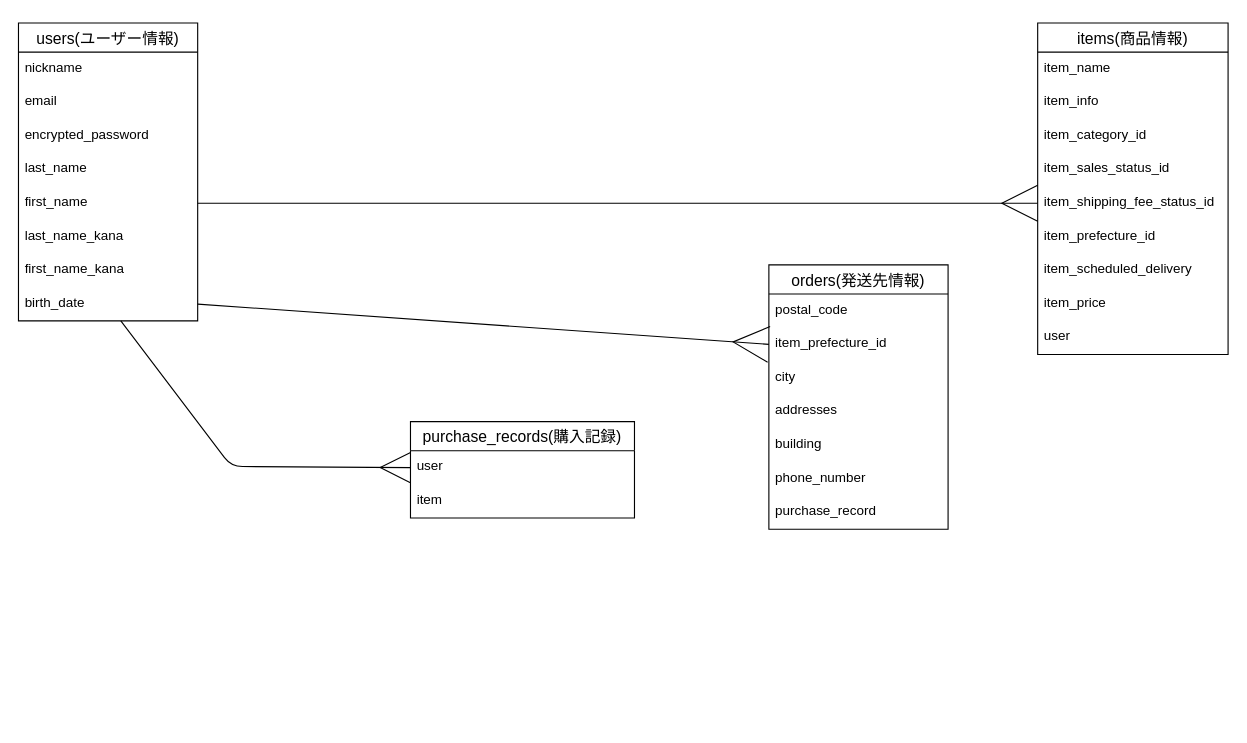
This is er.dio from tomotomotom/furima-41770, a draw.io file, before an edit. Source tidied: cells renumbered, new cells numbered last; positions are measured from the earlier drawing's top-left corner, leaving out a move shared by most shapes. Both pictures are drawn from the tidied source at 112%, with x=0, y=0 at pixel (18, 22).
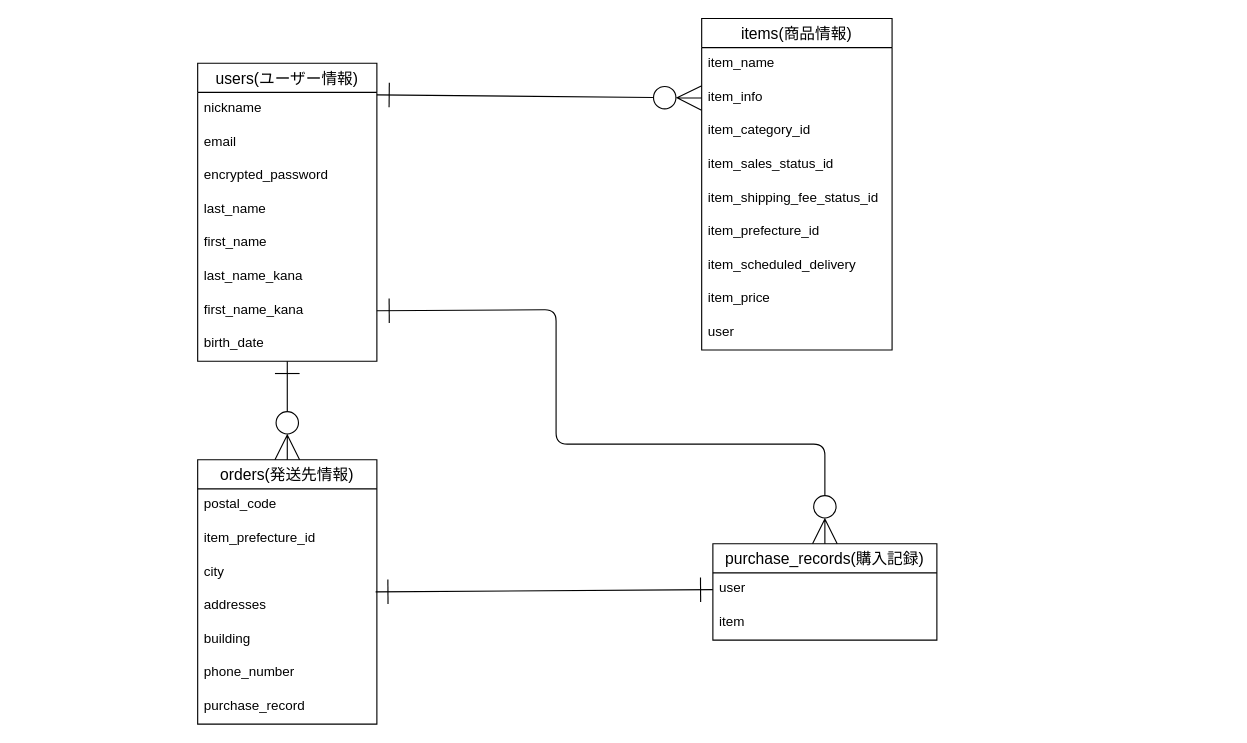
After the change.

Unchanged cells that the change refers to:
```xml
<mxCell id="3" value="nickname" style="text;strokeColor=none;fillColor=none;spacingLeft=4;spacingRight=4;overflow=hidden;points=[[0,0.5],[1,0.5]];portConstraint=eastwest;fontSize=12;strokeWidth=1;" parent="2" vertex="1">
  <mxGeometry y="26" width="160" height="30" as="geometry" />
</mxCell>
<mxCell id="7" value="first_name" style="text;strokeColor=none;fillColor=none;spacingLeft=4;spacingRight=4;overflow=hidden;points=[[0,0.5],[1,0.5]];portConstraint=eastwest;fontSize=12;strokeWidth=1;" parent="2" vertex="1">
  <mxGeometry y="146" width="160" height="30" as="geometry" />
</mxCell>
<mxCell id="9" value="first_name_kana" style="text;strokeColor=none;fillColor=none;spacingLeft=4;spacingRight=4;overflow=hidden;points=[[0,0.5],[1,0.5]];portConstraint=eastwest;fontSize=12;strokeWidth=1;" parent="2" vertex="1">
  <mxGeometry y="206" width="160" height="30" as="geometry" />
</mxCell>
<mxCell id="10" value="birth_date" style="text;strokeColor=none;fillColor=none;spacingLeft=4;spacingRight=4;overflow=hidden;points=[[0,0.5],[1,0.5]];portConstraint=eastwest;fontSize=12;strokeWidth=1;" parent="2" vertex="1">
  <mxGeometry y="236" width="160" height="30" as="geometry" />
</mxCell>
<mxCell id="13" value="item_info" style="text;strokeColor=none;fillColor=none;spacingLeft=4;spacingRight=4;overflow=hidden;points=[[0,0.5],[1,0.5]];portConstraint=eastwest;fontSize=12;strokeWidth=1;" parent="11" vertex="1">
  <mxGeometry y="56" width="170" height="30" as="geometry" />
</mxCell>
<mxCell id="16" value="item_shipping_fee_status_id" style="text;strokeColor=none;fillColor=none;spacingLeft=4;spacingRight=4;overflow=hidden;points=[[0,0.5],[1,0.5]];portConstraint=eastwest;fontSize=12;strokeWidth=1;" parent="11" vertex="1">
  <mxGeometry y="146" width="170" height="30" as="geometry" />
</mxCell>
<mxCell id="23" value="item_prefecture_id" style="text;strokeColor=none;fillColor=none;spacingLeft=4;spacingRight=4;overflow=hidden;points=[[0,0.5],[1,0.5]];portConstraint=eastwest;fontSize=12;strokeWidth=1;" parent="21" vertex="1">
  <mxGeometry y="56" width="160" height="30" as="geometry" />
</mxCell>
<mxCell id="25" value="addresses" style="text;strokeColor=none;fillColor=none;spacingLeft=4;spacingRight=4;overflow=hidden;points=[[0,0.5],[1,0.5]];portConstraint=eastwest;fontSize=12;strokeWidth=1;" parent="21" vertex="1">
  <mxGeometry y="116" width="160" height="30" as="geometry" />
</mxCell>
<mxCell id="31" value="user" style="text;strokeColor=none;fillColor=none;spacingLeft=4;spacingRight=4;overflow=hidden;points=[[0,0.5],[1,0.5]];portConstraint=eastwest;fontSize=12;strokeWidth=1;" parent="30" vertex="1">
  <mxGeometry y="26" width="200" height="30" as="geometry" />
</mxCell>
```

Diff of the diagram source:
```diff
@@
     <mxCell id="2" value="users(ユーザー情報)" style="swimlane;fontStyle=0;horizontal=1;startSize=26;align=center;fontSize=14;strokeWidth=1;" parent="1" vertex="1">
-      <mxGeometry width="160" height="266" as="geometry" />
+      <mxGeometry x="160" y="36" width="160" height="266" as="geometry" />
     </mxCell>
@@
     <mxCell id="11" value="items(商品情報)" style="swimlane;fontStyle=0;horizontal=1;startSize=26;align=center;fontSize=14;strokeWidth=1;" parent="1" vertex="1">
-      <mxGeometry x="910" width="170" height="296" as="geometry" />
+      <mxGeometry x="610" y="-4" width="170" height="296" as="geometry" />
     </mxCell>
@@
     <mxCell id="21" value="orders(発送先情報)" style="swimlane;fontStyle=0;horizontal=1;startSize=26;align=center;fontSize=14;strokeWidth=1;" parent="1" vertex="1">
-      <mxGeometry x="670" y="216" width="160" height="236" as="geometry" />
+      <mxGeometry x="160" y="390" width="160" height="236" as="geometry" />
     </mxCell>
@@
-    <mxCell id="29" style="edgeStyle=none;jumpSize=13;html=1;exitX=0;exitY=0.5;exitDx=0;exitDy=0;strokeWidth=1;startArrow=ERmany;startFill=0;endArrow=none;endFill=0;startSize=25;sourcePerimeterSpacing=0;" parent="1" edge="1" source="31" target="10">
-      <mxGeometry relative="1" as="geometry">
-        <Array as="points">
-          <mxPoint x="190" y="396" />
-        </Array>
-      </mxGeometry>
-    </mxCell>
     <mxCell id="30" value="purchase_records(購入記録)" style="swimlane;fontStyle=0;horizontal=1;startSize=26;align=center;fontSize=14;strokeWidth=1;" parent="1" vertex="1">
-      <mxGeometry x="350" y="356" width="200" height="86" as="geometry" />
+      <mxGeometry x="620" y="465" width="200" height="86" as="geometry" />
     </mxCell>
@@
-    <mxCell id="33" style="edgeStyle=none;html=1;exitX=1;exitY=0.5;exitDx=0;exitDy=0;startArrow=none;startFill=0;endArrow=ERmany;endFill=0;jumpSize=12;strokeWidth=1;startSize=6;sourcePerimeterSpacing=0;entryX=0;entryY=0.5;entryDx=0;entryDy=0;endSize=30;" parent="1" edge="1" source="7" target="16">
+    <mxCell id="33" style="edgeStyle=none;html=1;exitX=1;exitY=0.073;exitDx=0;exitDy=0;startArrow=ERone;startFill=0;endArrow=ERzeroToMany;endFill=0;jumpSize=12;strokeWidth=1;startSize=20;sourcePerimeterSpacing=0;entryX=0;entryY=0.5;entryDx=0;entryDy=0;endSize=20;exitPerimeter=0;" parent="1" edge="1" source="3" target="13">
       <mxGeometry relative="1" as="geometry" />
     </mxCell>
-    <mxCell id="34" style="edgeStyle=none;html=1;exitX=1;exitY=0.5;exitDx=0;exitDy=0;entryX=0;entryY=0.5;entryDx=0;entryDy=0;startArrow=none;startFill=0;endArrow=ERmany;endFill=0;endSize=30;" parent="1" edge="1" source="10" target="23">
+    <mxCell id="34" style="edgeStyle=none;html=1;startArrow=ERone;startFill=0;endArrow=ERzeroToMany;endFill=0;endSize=20;startSize=20;" parent="1" edge="1" source="10" target="21">
       <mxGeometry relative="1" as="geometry" />
     </mxCell>
+    <mxCell id="35" style="edgeStyle=none;html=1;exitX=0.993;exitY=0.064;exitDx=0;exitDy=0;entryX=0;entryY=0.5;entryDx=0;entryDy=0;startArrow=ERone;startFill=0;startSize=20;endArrow=ERone;endFill=0;exitPerimeter=0;endSize=20;" parent="1" edge="1" source="25" target="31">
+      <mxGeometry relative="1" as="geometry" />
+    </mxCell>
+    <mxCell id="36" style="edgeStyle=none;html=1;exitX=1;exitY=0.5;exitDx=0;exitDy=0;entryX=0.5;entryY=0;entryDx=0;entryDy=0;startArrow=ERone;startFill=0;endArrow=ERzeroToMany;endFill=0;startSize=20;endSize=20;" parent="1" edge="1" source="9" target="30">
+      <mxGeometry relative="1" as="geometry">
+        <Array as="points">
+          <mxPoint x="480" y="256" />
+          <mxPoint x="480" y="376" />
+          <mxPoint x="720" y="376" />
+        </Array>
+      </mxGeometry>
+    </mxCell>
```
